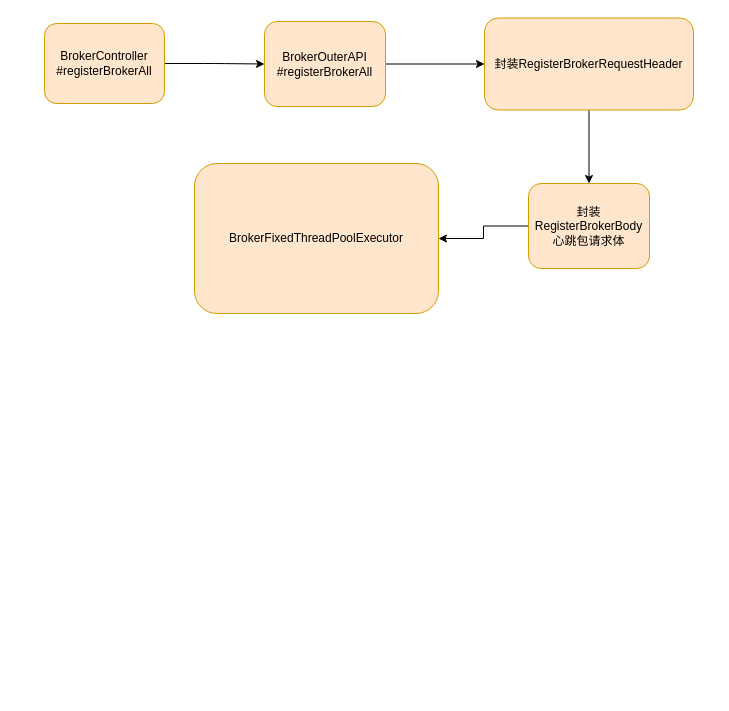
The draw.io diagram 未命名绘图.drawio in xiaoweishu/demo, before the edit. Source tidied: cells renumbered, new cells numbered last; positions are measured from the earlier drawing's top-left corner, leaving out a move shared by most shapes. Both pictures are drawn from the tidied source at 100%, with x=0, y=0 at pixel (44, 17).
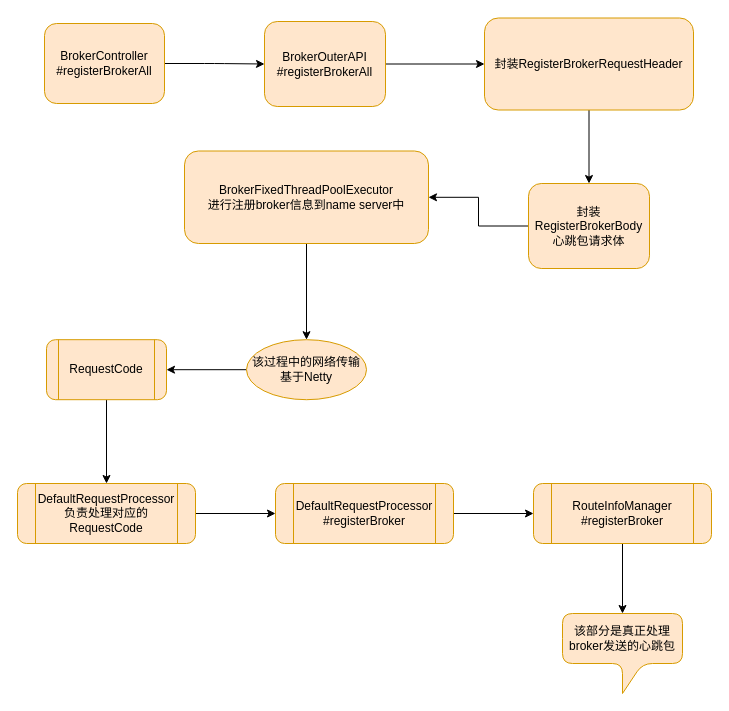
The same diagram, later.

The edit, as a diff of the source:
```diff
@@
+    <mxCell id="11" style="edgeStyle=orthogonalEdgeStyle;rounded=0;jettySize=auto;html=1;" parent="1" edge="1" source="10" target="13">
+      <mxGeometry relative="1" as="geometry" />
+    </mxCell>
-    <mxCell id="10" value="BrokerFixedThreadPoolExecutor" style="whiteSpace=wrap;fillColor=#ffe6cc;strokeColor=#d79b00;rounded=1;" parent="1" vertex="1">
-      <mxGeometry x="150" y="146" width="244" height="150" as="geometry" />
+    <mxCell id="10" value="BrokerFixedThreadPoolExecutor&#10;进行注册broker信息到name server中" style="whiteSpace=wrap;fillColor=#ffe6cc;strokeColor=#d79b00;rounded=1;" parent="1" vertex="1">
+      <mxGeometry x="140" y="133.5" width="244" height="92.5" as="geometry" />
     </mxCell>
+    <mxCell id="12" style="edgeStyle=orthogonalEdgeStyle;rounded=0;jettySize=auto;html=1;" parent="1" edge="1" source="13" target="15">
+      <mxGeometry relative="1" as="geometry" />
+    </mxCell>
+    <mxCell id="13" value="该过程中的网络传输基于Netty" style="ellipse;whiteSpace=wrap;html=1;rounded=1;strokeColor=#d79b00;fillColor=#ffe6cc;" parent="1" vertex="1">
+      <mxGeometry x="202" y="322.2" width="120" height="60" as="geometry" />
+    </mxCell>
+    <mxCell id="14" style="edgeStyle=orthogonalEdgeStyle;rounded=0;jettySize=auto;html=1;" parent="1" edge="1" source="15" target="17">
+      <mxGeometry relative="1" as="geometry" />
+    </mxCell>
+    <mxCell id="15" value="RequestCode" style="shape=process;whiteSpace=wrap;backgroundOutline=1;rounded=1;strokeColor=#d79b00;fillColor=#ffe6cc;html=1;" parent="1" vertex="1">
+      <mxGeometry x="2" y="322.2" width="120" height="60" as="geometry" />
+    </mxCell>
+    <mxCell id="16" style="edgeStyle=orthogonalEdgeStyle;rounded=0;jettySize=auto;html=1;" parent="1" edge="1" source="17" target="19">
+      <mxGeometry relative="1" as="geometry" />
+    </mxCell>
+    <mxCell id="17" value="DefaultRequestProcessor&lt;br&gt;负责处理对应的RequestCode" style="shape=process;backgroundOutline=1;rounded=1;strokeColor=#d79b00;fillColor=#ffe6cc;html=1;whiteSpace=wrap;" parent="1" vertex="1">
+      <mxGeometry x="-27" y="466" width="178" height="60" as="geometry" />
+    </mxCell>
+    <mxCell id="18" style="edgeStyle=orthogonalEdgeStyle;rounded=0;jettySize=auto;html=1;" parent="1" edge="1" source="19" target="21">
+      <mxGeometry relative="1" as="geometry" />
+    </mxCell>
+    <mxCell id="19" value="DefaultRequestProcessor&lt;br&gt;#registerBroker" style="shape=process;backgroundOutline=1;rounded=1;strokeColor=#d79b00;fillColor=#ffe6cc;html=1;whiteSpace=wrap;" parent="1" vertex="1">
+      <mxGeometry x="231" y="466" width="178" height="60" as="geometry" />
+    </mxCell>
+    <mxCell id="20" style="edgeStyle=orthogonalEdgeStyle;rounded=0;jettySize=auto;html=1;" parent="1" edge="1" source="21" target="22">
+      <mxGeometry relative="1" as="geometry" />
+    </mxCell>
+    <mxCell id="21" value="RouteInfoManager&lt;br&gt;#registerBroker" style="shape=process;backgroundOutline=1;rounded=1;strokeColor=#d79b00;fillColor=#ffe6cc;html=1;whiteSpace=wrap;" parent="1" vertex="1">
+      <mxGeometry x="489" y="466" width="178" height="60" as="geometry" />
+    </mxCell>
+    <mxCell id="22" value="该部分是真正处理broker发送的心跳包" style="shape=callout;rounded=1;whiteSpace=wrap;html=1;perimeter=calloutPerimeter;strokeColor=#d79b00;fillColor=#ffe6cc;" parent="1" vertex="1">
+      <mxGeometry x="518" y="596" width="120" height="80" as="geometry" />
+    </mxCell>
```
